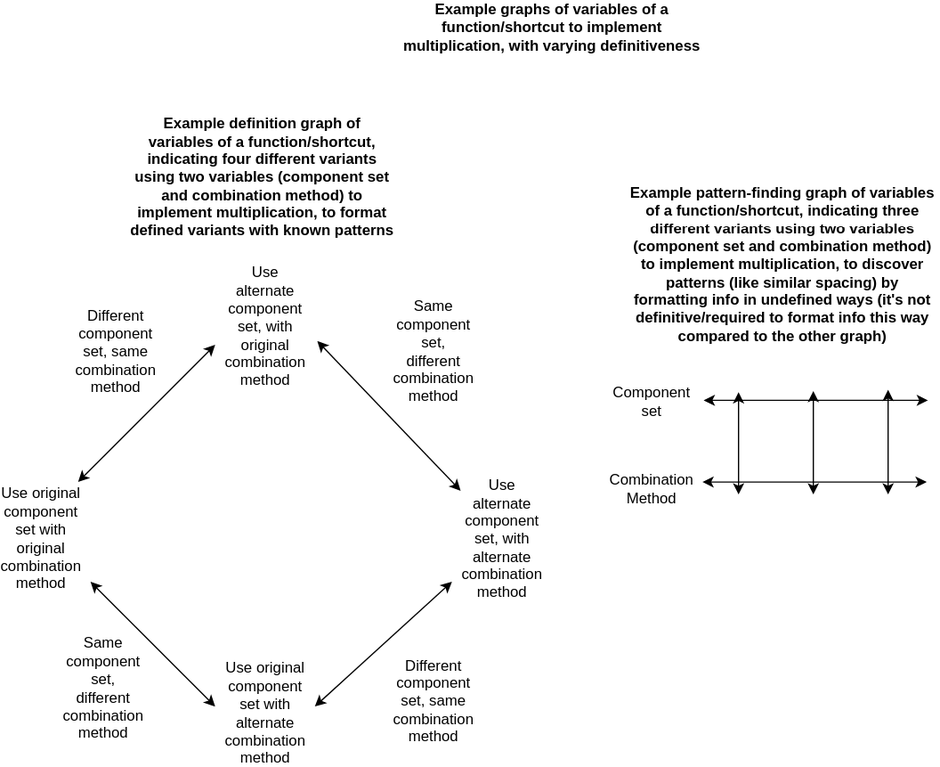
The draw.io diagram docs/objects/example_multiplication_method_graphs.drawio.svg in outdreamer/build-a-cure, before a commit. Source tidied: cells renumbered, new cells last; positions are measured from the earlier drawing's top-left corner, leaving out a move shared by most shapes. Source of this version:
```xml
<mxGraphModel>
  <root>
    <mxCell id="0" />
    <mxCell id="1" parent="0" />
    <mxCell id="2" style="endArrow=classic;startArrow=classic;html=1;rounded=0;" parent="1" edge="1">
      <mxGeometry relative="1" as="geometry">
        <mxPoint x="60" y="380" as="sourcePoint" />
        <mxPoint x="170" y="270" as="targetPoint" />
      </mxGeometry>
    </mxCell>
    <mxCell id="3" value="Use original component set with original combination method" style="text;html=1;align=center;verticalAlign=middle;whiteSpace=wrap;rounded=0;" parent="1" vertex="1">
      <mxGeometry y="410" width="60" height="30" as="geometry" />
    </mxCell>
    <mxCell id="4" value="Use alternate component set, with original combination method" style="text;html=1;align=center;verticalAlign=middle;whiteSpace=wrap;rounded=0;" parent="1" vertex="1">
      <mxGeometry x="180" y="240" width="60" height="30" as="geometry" />
    </mxCell>
    <mxCell id="5" style="endArrow=classic;startArrow=classic;html=1;rounded=0;" parent="1" edge="1">
      <mxGeometry relative="1" as="geometry">
        <mxPoint x="367" y="387" as="sourcePoint" />
        <mxPoint x="252" y="267" as="targetPoint" />
      </mxGeometry>
    </mxCell>
    <mxCell id="6" value="Use alternate component set, with alternate combination method" style="text;html=1;align=center;verticalAlign=middle;whiteSpace=wrap;rounded=0;" parent="1" vertex="1">
      <mxGeometry x="370" y="410" width="60" height="30" as="geometry" />
    </mxCell>
    <mxCell id="7" value="Use original component set with alternate combination method" style="text;html=1;align=center;verticalAlign=middle;whiteSpace=wrap;rounded=0;" parent="1" vertex="1">
      <mxGeometry x="180" y="550" width="60" height="30" as="geometry" />
    </mxCell>
    <mxCell id="8" style="endArrow=classic;startArrow=classic;html=1;rounded=0;" parent="1" edge="1">
      <mxGeometry relative="1" as="geometry">
        <mxPoint x="360" y="460" as="sourcePoint" />
        <mxPoint x="250" y="560" as="targetPoint" />
      </mxGeometry>
    </mxCell>
    <mxCell id="9" style="endArrow=classic;startArrow=classic;html=1;rounded=0;" parent="1" edge="1">
      <mxGeometry relative="1" as="geometry">
        <mxPoint x="70" y="460" as="sourcePoint" />
        <mxPoint x="170" y="560" as="targetPoint" />
      </mxGeometry>
    </mxCell>
    <mxCell id="10" value="Same component set, different combination method" style="text;html=1;align=center;verticalAlign=middle;whiteSpace=wrap;rounded=0;" parent="1" vertex="1">
      <mxGeometry x="50" y="530" width="60" height="30" as="geometry" />
    </mxCell>
    <mxCell id="11" value="Different component set, same combination method" style="text;html=1;align=center;verticalAlign=middle;whiteSpace=wrap;rounded=0;" parent="1" vertex="1">
      <mxGeometry x="60" y="260" width="60" height="30" as="geometry" />
    </mxCell>
    <mxCell id="12" value="Different component set, same combination method" style="text;html=1;align=center;verticalAlign=middle;whiteSpace=wrap;rounded=0;" parent="1" vertex="1">
      <mxGeometry x="315" y="540" width="60" height="30" as="geometry" />
    </mxCell>
    <mxCell id="13" value="Same component set, different combination method" style="text;html=1;align=center;verticalAlign=middle;whiteSpace=wrap;rounded=0;" parent="1" vertex="1">
      <mxGeometry x="315" y="260" width="60" height="30" as="geometry" />
    </mxCell>
    <mxCell id="14" value="&lt;b&gt;Example definition graph of variables of a function/shortcut, indicating four different variants using two variables (component set and combination method) to implement multiplication, to format defined variants with known patterns&lt;/b&gt;" style="text;html=1;align=center;verticalAlign=middle;whiteSpace=wrap;rounded=0;" parent="1" vertex="1">
      <mxGeometry x="100" y="120" width="215" height="30" as="geometry" />
    </mxCell>
    <mxCell id="15" style="endArrow=classic;startArrow=classic;html=1;rounded=0;" parent="1" edge="1">
      <mxGeometry relative="1" as="geometry">
        <mxPoint x="741" y="380" as="sourcePoint" />
        <mxPoint x="561" y="380" as="targetPoint" />
      </mxGeometry>
    </mxCell>
    <mxCell id="16" value="Combination Method" style="text;html=1;align=center;verticalAlign=middle;whiteSpace=wrap;rounded=0;" parent="1" vertex="1">
      <mxGeometry x="490" y="370" width="60" height="30" as="geometry" />
    </mxCell>
    <mxCell id="17" value="Component set" style="text;html=1;align=center;verticalAlign=middle;whiteSpace=wrap;rounded=0;" parent="1" vertex="1">
      <mxGeometry x="490" y="300" width="60" height="30" as="geometry" />
    </mxCell>
    <mxCell id="18" style="endArrow=classic;startArrow=classic;html=1;rounded=0;" parent="1" edge="1">
      <mxGeometry relative="1" as="geometry">
        <mxPoint x="742" y="314.5" as="sourcePoint" />
        <mxPoint x="562" y="314.5" as="targetPoint" />
      </mxGeometry>
    </mxCell>
    <mxCell id="19" style="endArrow=classic;startArrow=classic;html=1;rounded=0;" parent="1" edge="1">
      <mxGeometry relative="1" as="geometry">
        <mxPoint x="590" y="308" as="sourcePoint" />
        <mxPoint x="590" y="390" as="targetPoint" />
      </mxGeometry>
    </mxCell>
    <mxCell id="20" style="endArrow=classic;startArrow=classic;html=1;rounded=0;" parent="1" edge="1">
      <mxGeometry relative="1" as="geometry">
        <mxPoint x="650" y="390" as="sourcePoint" />
        <mxPoint x="650" y="307" as="targetPoint" />
      </mxGeometry>
    </mxCell>
    <mxCell id="21" style="endArrow=classic;startArrow=classic;html=1;rounded=0;" parent="1" edge="1">
      <mxGeometry relative="1" as="geometry">
        <mxPoint x="710" y="390" as="sourcePoint" />
        <mxPoint x="710" y="306" as="targetPoint" />
      </mxGeometry>
    </mxCell>
    <mxCell id="22" value="&lt;b&gt;Example pattern-finding graph of variables of a function/shortcut, indicating three different variants using two variables (component set and combination method) to implement multiplication, to discover patterns (like similar spacing) by formatting info in undefined ways (it's not definitive/required to format info this way compared to the other graph)&lt;/b&gt;" style="text;html=1;align=center;verticalAlign=middle;whiteSpace=wrap;rounded=0;" parent="1" vertex="1">
      <mxGeometry x="500" y="190" width="250" height="30" as="geometry" />
    </mxCell>
    <mxCell id="23" value="&lt;b&gt;Example graphs of variables of a function/shortcut to implement multiplication, with varying definitiveness&lt;/b&gt;" style="text;html=1;align=center;verticalAlign=middle;whiteSpace=wrap;rounded=0;" parent="1" vertex="1">
      <mxGeometry x="315" width="250" height="30" as="geometry" />
    </mxCell>
  </root>
</mxGraphModel>
```
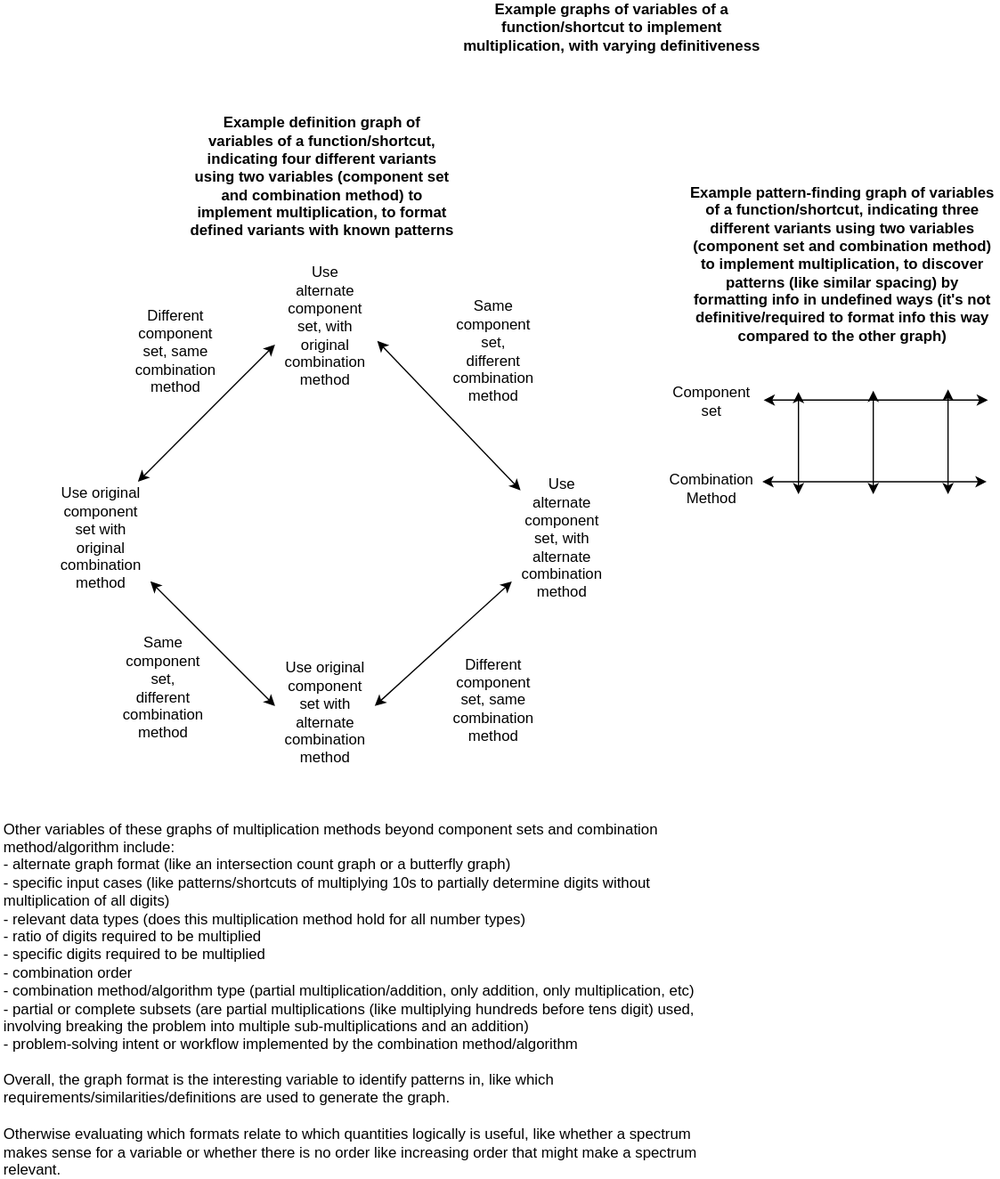
The same diagram one commit later.

Diff of the diagram source:
```diff
@@ -95,5 +95,8 @@
     <mxCell id="23" value="&lt;b&gt;Example graphs of variables of a function/shortcut to implement multiplication, with varying definitiveness&lt;/b&gt;" style="text;html=1;align=center;verticalAlign=middle;whiteSpace=wrap;rounded=0;" parent="1" vertex="1">
       <mxGeometry x="315" width="250" height="30" as="geometry" />
     </mxCell>
+    <mxCell id="24" value="Other variables of these graphs of multiplication methods beyond component sets and combination method/algorithm include:&amp;nbsp;&lt;div&gt;- alternate graph format (like an intersection count graph or a butterfly graph)&lt;/div&gt;&lt;div&gt;- specific input cases (like patterns/shortcuts of multiplying 10s to partially determine digits without multiplication of all digits)&lt;/div&gt;&lt;div&gt;- relevant data types (does this multiplication method hold for all number types)&lt;/div&gt;&lt;div&gt;- ratio of digits required to be multiplied&lt;/div&gt;&lt;div&gt;- specific digits required to be multiplied&lt;/div&gt;&lt;div&gt;- combination order&lt;/div&gt;&lt;div&gt;- combination method/&lt;span style=&quot;background-color: transparent; color: light-dark(rgb(0, 0, 0), rgb(255, 255, 255));&quot;&gt;algorithm&lt;/span&gt;&lt;span style=&quot;background-color: transparent; color: light-dark(rgb(0, 0, 0), rgb(255, 255, 255));&quot;&gt;&amp;nbsp;type (partial multiplication/addition, only addition, only multiplication, etc)&lt;/span&gt;&lt;/div&gt;&lt;div&gt;- partial or complete subsets (are partial multiplications (like multiplying hundreds before tens digit) used, involving breaking the problem into multiple sub-multiplications and an addition)&lt;/div&gt;&lt;div&gt;- problem-solving intent or workflow implemented by the combination method/algorithm&lt;/div&gt;&lt;div&gt;&lt;br&gt;&lt;/div&gt;&lt;div&gt;Overall, the graph format is the interesting variable to identify patterns in, like which requirements/similarities/definitions are used to generate the graph.&lt;/div&gt;&lt;div&gt;&lt;br&gt;&lt;/div&gt;&lt;div&gt;Otherwise evaluating which formats relate to which quantities logically is useful, like whether a spectrum makes sense for a variable or whether there is no order like increasing order that might make a spectrum relevant.&lt;/div&gt;" style="text;html=1;align=left;verticalAlign=middle;whiteSpace=wrap;rounded=0;" parent="1" vertex="1">
+      <mxGeometry x="-50" y="780" width="560" height="30" as="geometry" />
+    </mxCell>
   </root>
 </mxGraphModel>
```
